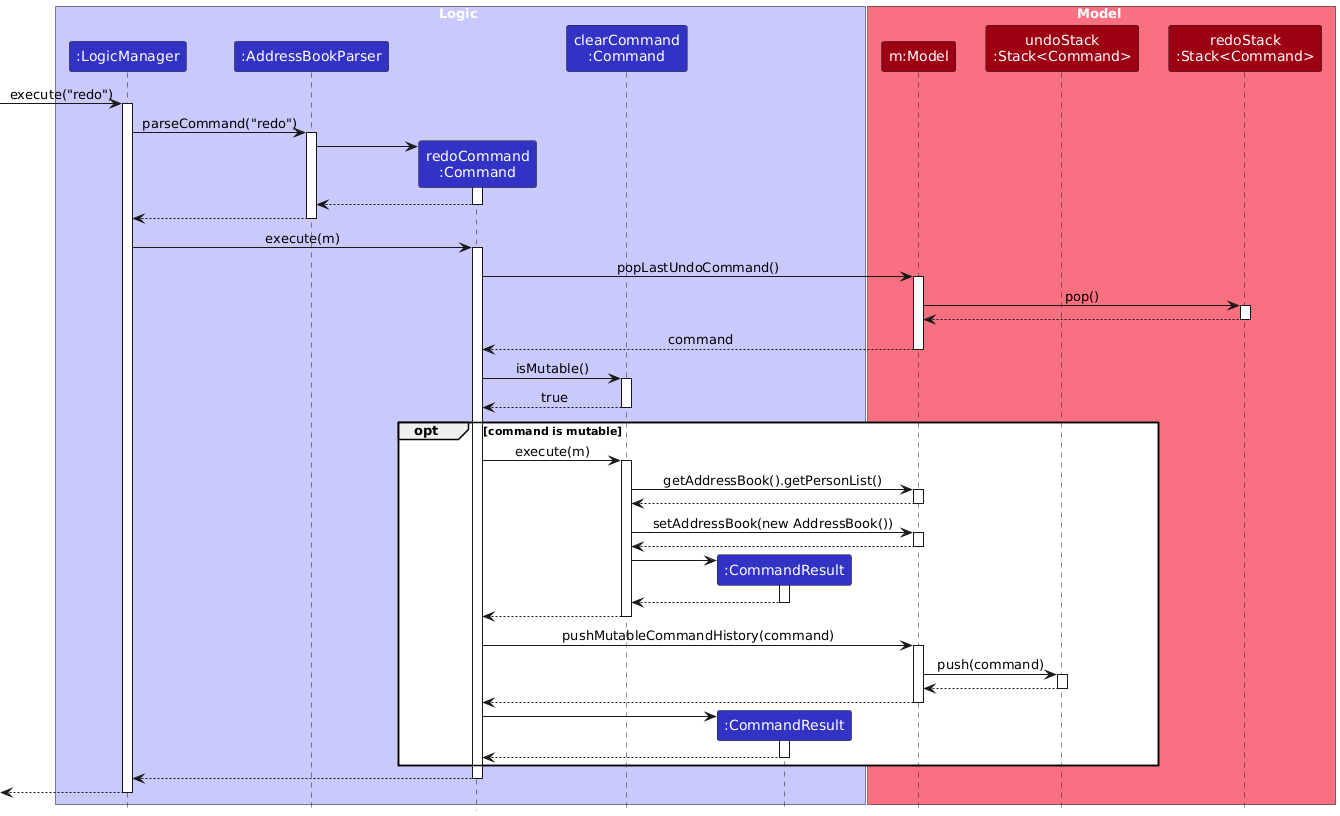
The PlantUML diagram docs/images/RedoCommandSequenceDiagram.png in Habutiii/tp, before a commit. Source of this version:
```plantuml
@startuml
skinparam ArrowFontStyle plain




!define UI_COLOR #1D8900
!define UI_COLOR_T1 #83E769
!define UI_COLOR_T2 #3FC71B
!define UI_COLOR_T3 #166800
!define UI_COLOR_T4 #0E4100

!define LOGIC_COLOR #3333C4
!define LOGIC_COLOR_T1 #C8C8FA
!define LOGIC_COLOR_T2 #6A6ADC
!define LOGIC_COLOR_T3 #1616B0
!define LOGIC_COLOR_T4 #101086

!define MODEL_COLOR #9D0012
!define MODEL_COLOR_T1 #F97181
!define MODEL_COLOR_T2 #E41F36
!define MODEL_COLOR_T3 #7B000E
!define MODEL_COLOR_T4 #51000A

!define STORAGE_COLOR #A38300
!define STORAGE_COLOR_T1 #FFE374
!define STORAGE_COLOR_T2 #EDC520
!define STORAGE_COLOR_T3 #806600
!define STORAGE_COLOR_T2 #544400

!define USER_COLOR #000000

skinparam Package {
    BackgroundColor #FFFFFF
    BorderThickness 1
    FontSize 16
}

skinparam Class {
    FontColor #FFFFFF
    FontSize 15
    BorderThickness 1
    BorderColor #FFFFFF
    StereotypeFontColor #FFFFFF
    FontName Arial
}

skinparam Actor {
    BorderColor USER_COLOR
    Color USER_COLOR
    FontName Arial
}

skinparam Sequence {
    MessageAlign center
    BoxFontSize 15
    BoxPadding 0
    BoxFontColor #FFFFFF
    FontName Arial
}

skinparam Participant {
    FontColor #FFFFFFF
    Padding 20
}

skinparam ArrowFontStyle bold
skinparam MinClassWidth 50
skinparam ParticipantPadding 10
skinparam Shadowing false
skinparam DefaultTextAlignment center
skinparam packageStyle Rectangle

hide footbox
hide members
hide circle


skinparam ArrowFontStyle plain

box Logic LOGIC_COLOR_T1
participant ":LogicManager" as LogicManager LOGIC_COLOR
participant ":AddressBookParser" as AddressBookParser LOGIC_COLOR
participant "redoCommand\n:Command" as RedoCommand LOGIC_COLOR
participant "clearCommand\n:Command" as clearCommand LOGIC_COLOR
participant ":CommandResult" as CommandResult LOGIC_COLOR
end box

box Model MODEL_COLOR_T1
participant "m:Model" as Model MODEL_COLOR
participant "undoStack\n:Stack<Command>" as undoStack MODEL_COLOR
participant "redoStack\n:Stack<Command>" as redoStack MODEL_COLOR
end box

[-> LogicManager : execute("redo")
activate LogicManager

LogicManager -> AddressBookParser : parseCommand("redo")
activate AddressBookParser

create RedoCommand
AddressBookParser -> RedoCommand
activate RedoCommand

RedoCommand --> AddressBookParser
deactivate RedoCommand

AddressBookParser --> LogicManager
deactivate AddressBookParser

LogicManager -> RedoCommand : execute(m)
activate RedoCommand

RedoCommand -> Model : popLastUndoCommand()
activate Model

Model -> redoStack : pop()
activate redoStack

redoStack --> Model
deactivate redoStack

Model --> RedoCommand : command
deactivate Model

RedoCommand -> clearCommand : isMutable()
activate clearCommand

clearCommand --> RedoCommand : true
deactivate clearCommand

opt command is mutable
    RedoCommand -> clearCommand : execute(m)
    activate clearCommand

    clearCommand -> Model : getAddressBook().getPersonList()
    activate Model

    Model --> clearCommand
    deactivate Model

    clearCommand -> Model : setAddressBook(new AddressBook())
    activate Model

    Model --> clearCommand
    deactivate Model

    create CommandResult
    clearCommand -> CommandResult
    activate CommandResult

    CommandResult --> clearCommand
    deactivate CommandResult

    clearCommand --> RedoCommand
    deactivate clearCommand

    RedoCommand -> Model : pushMutableCommandHistory(command)
    activate Model

    Model -> undoStack : push(command)
    activate undoStack

    undoStack --> Model
    deactivate undoStack

    Model --> RedoCommand
    deactivate Model

    create CommandResult
    RedoCommand -> CommandResult
    activate CommandResult

    CommandResult --> RedoCommand
    deactivate CommandResult

end

RedoCommand --> LogicManager
deactivate RedoCommand


[<--LogicManager
deactivate LogicManager
@enduml
```
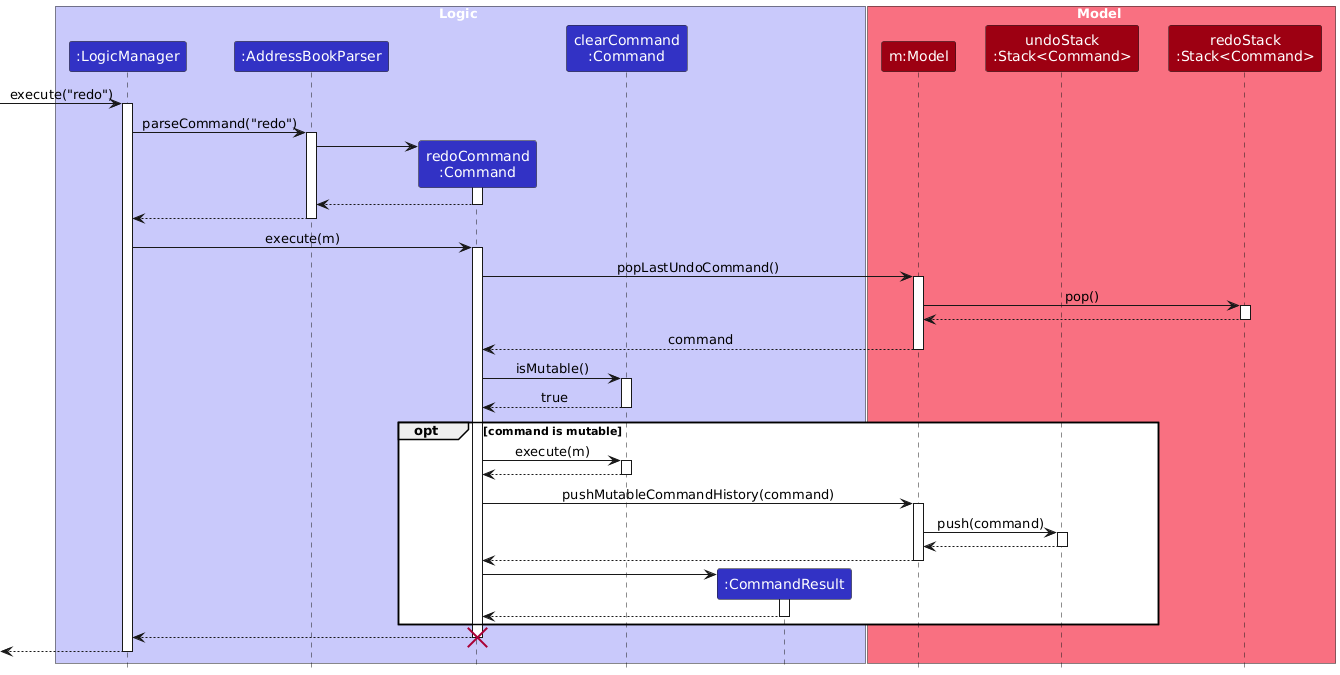
After the change.

Commit message:
Hide the detail of execute / undo of the target command itself.

The edit, as a diff of the source:
```diff
@@ -1,6 +1,4 @@
 @startuml
-skinparam ArrowFontStyle plain
-
 
 
 
@@ -75,7 +73,6 @@
 hide members
 hide circle
 
-
 skinparam ArrowFontStyle plain
 
 box Logic LOGIC_COLOR_T1
@@ -133,25 +130,6 @@
     RedoCommand -> clearCommand : execute(m)
     activate clearCommand
 
-    clearCommand -> Model : getAddressBook().getPersonList()
-    activate Model
-
-    Model --> clearCommand
-    deactivate Model
-
-    clearCommand -> Model : setAddressBook(new AddressBook())
-    activate Model
-
-    Model --> clearCommand
-    deactivate Model
-
-    create CommandResult
-    clearCommand -> CommandResult
-    activate CommandResult
-
-    CommandResult --> clearCommand
-    deactivate CommandResult
-
     clearCommand --> RedoCommand
     deactivate clearCommand
 
@@ -178,6 +156,7 @@
 
 RedoCommand --> LogicManager
 deactivate RedoCommand
+destroy RedoCommand
 
 
 [<--LogicManager
```
